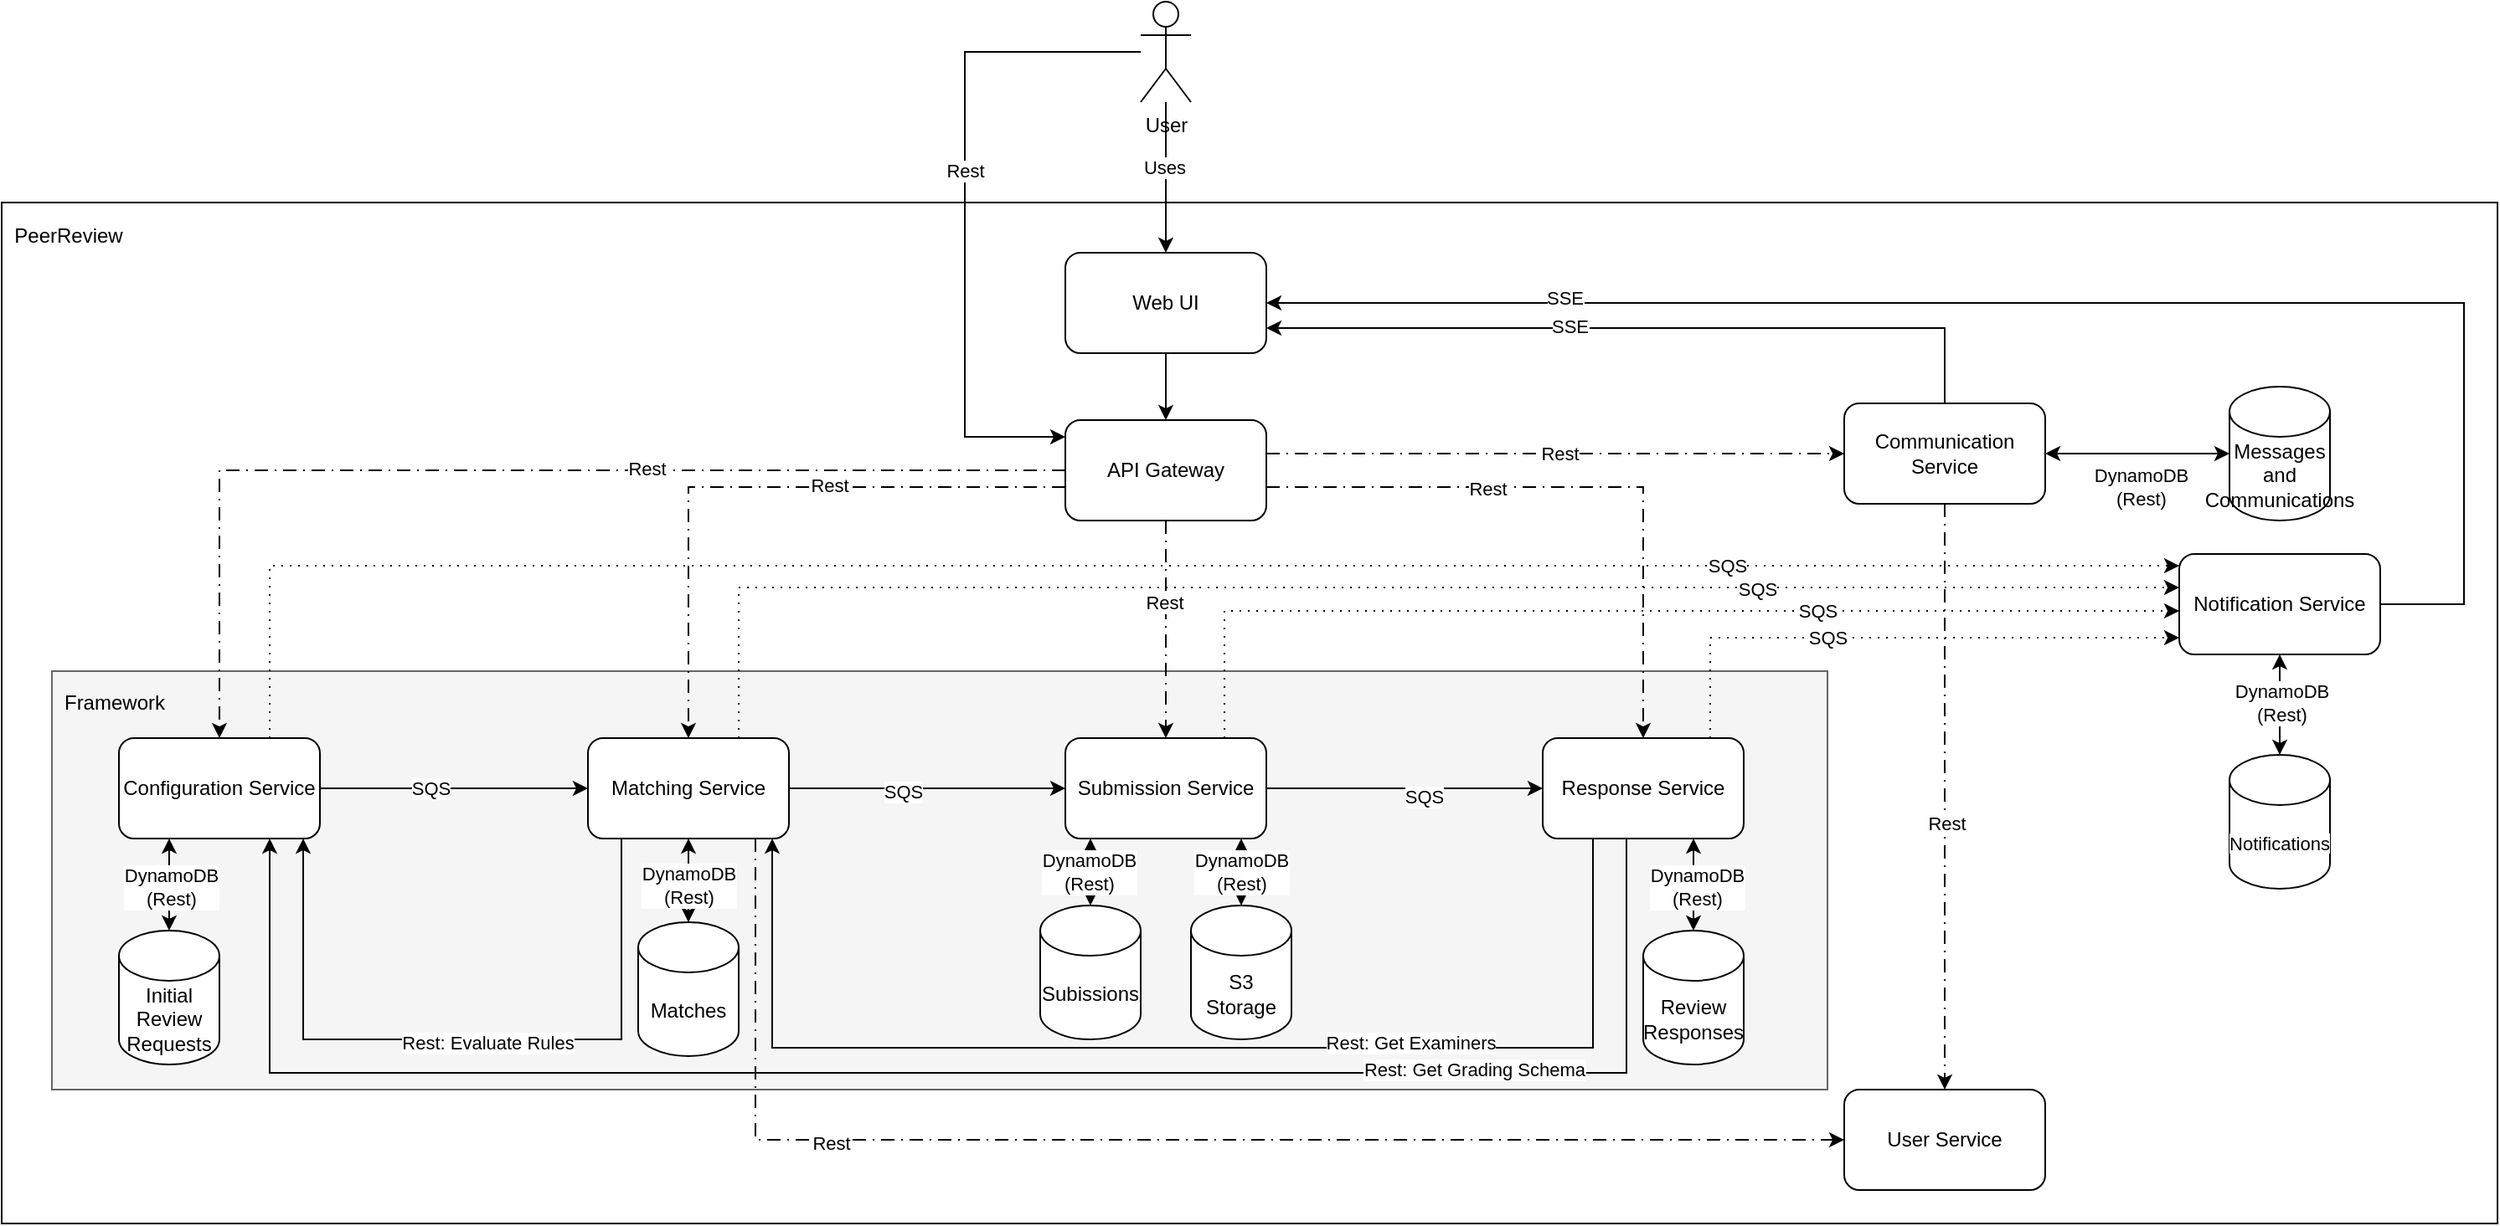
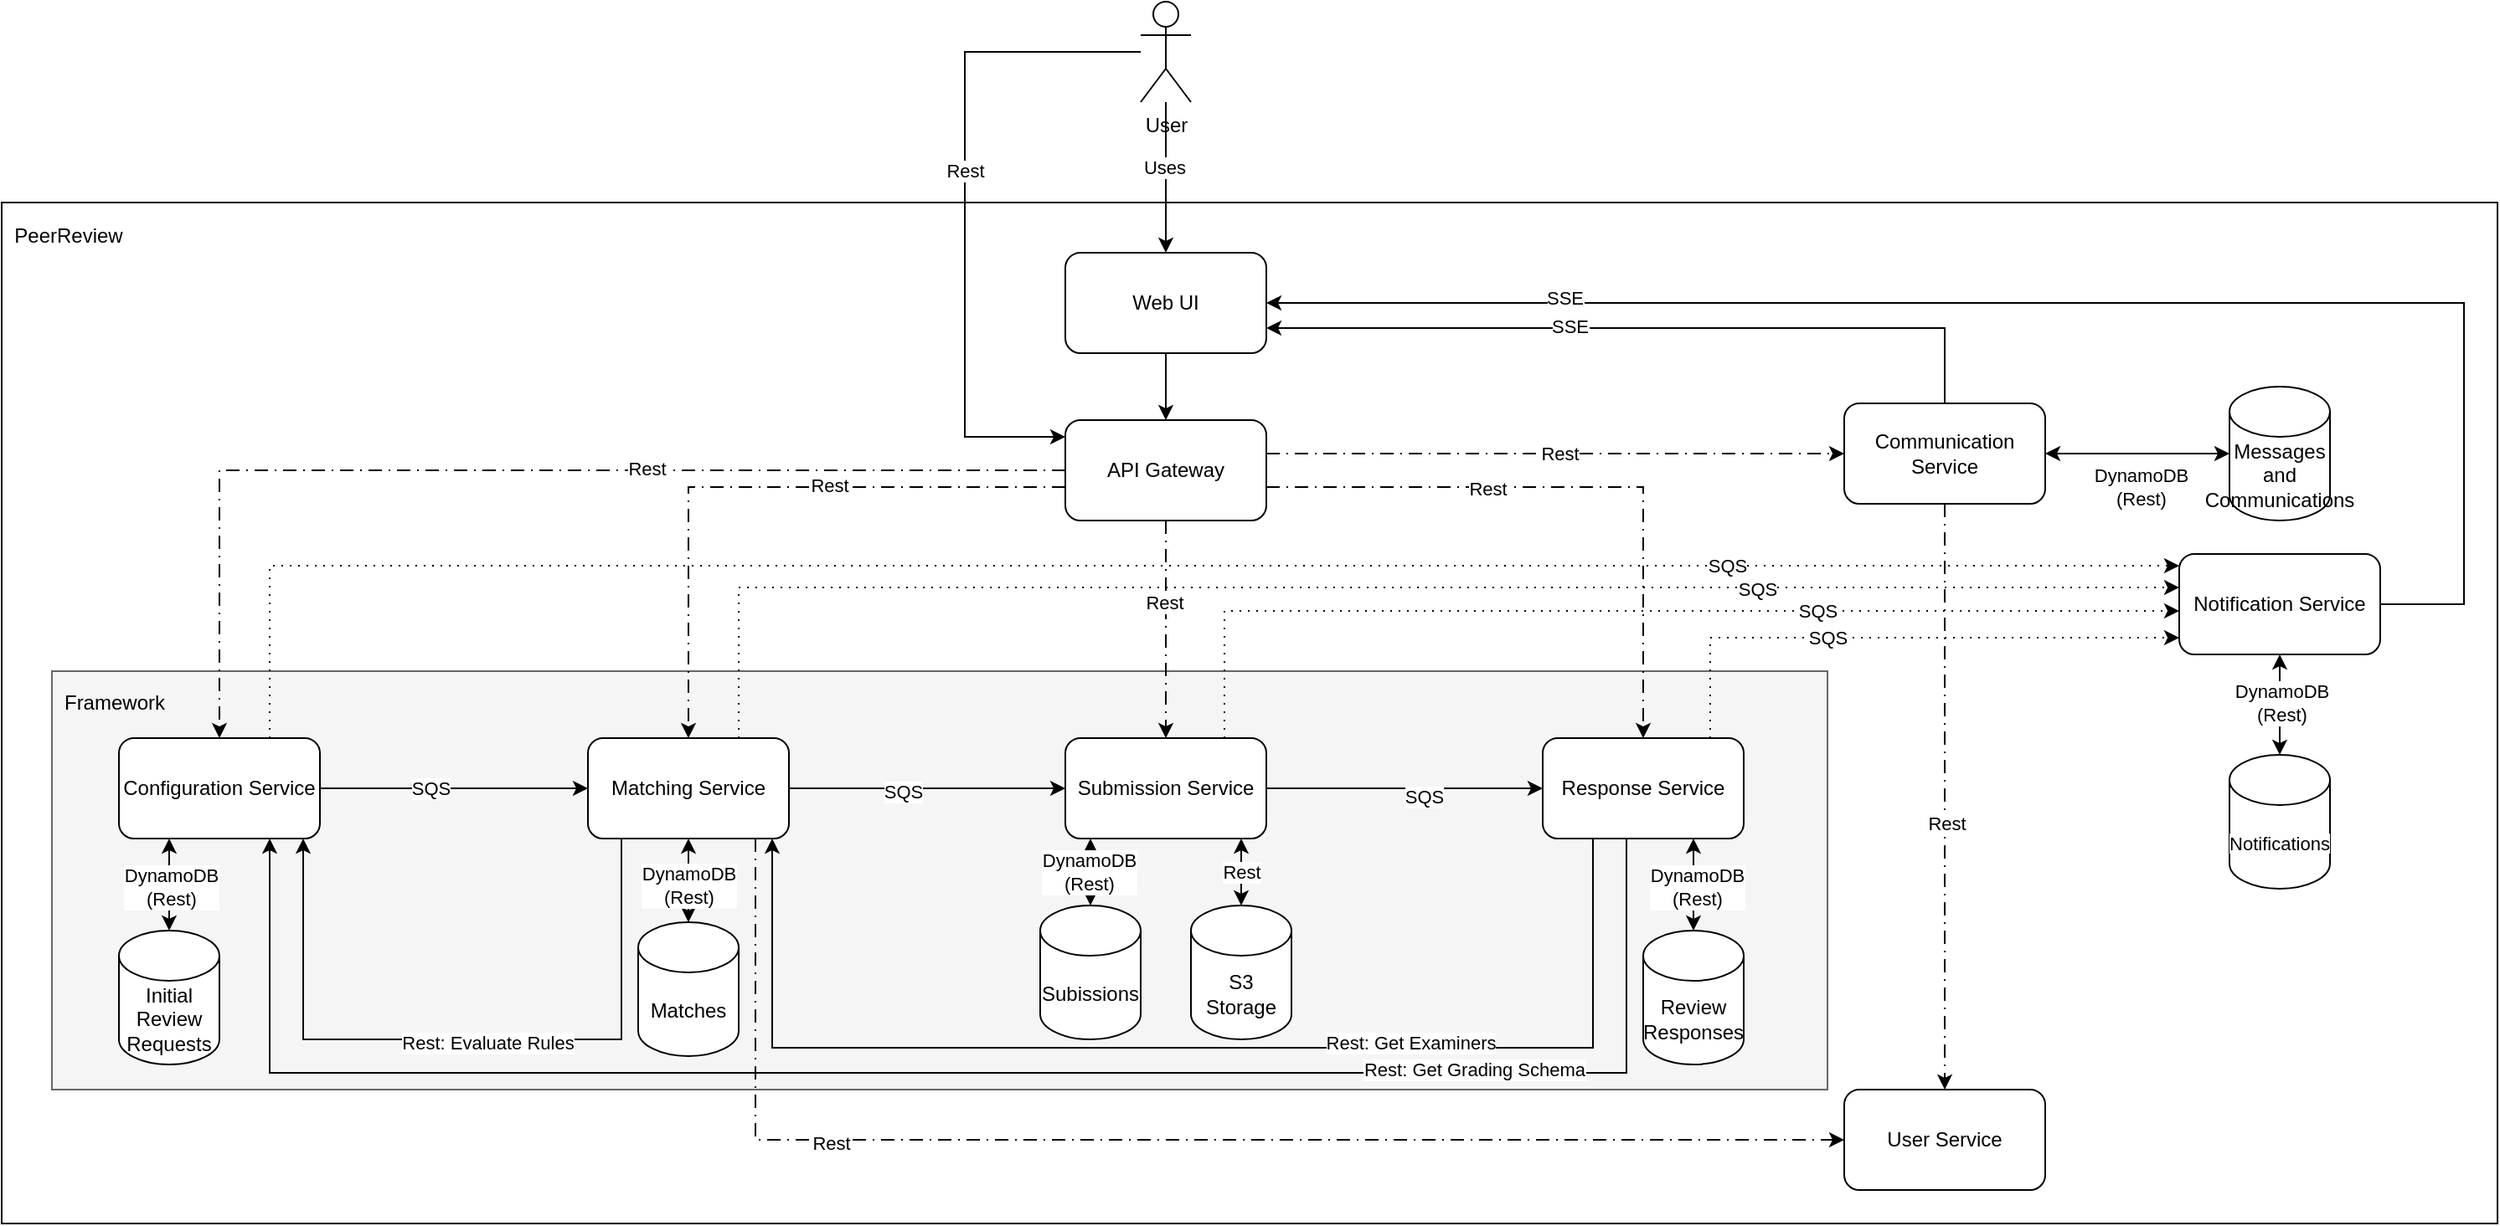
<mxfile host="Electron" agent="Mozilla/5.0 (X11; Linux x86_64) AppleWebKit/537.36 (KHTML, like Gecko) draw.io/28.2.5 Chrome/138.0.7204.251 Electron/37.6.1 Safari/537.36" pages="2">
  <diagram name="High Level" id="ID3RAyzOV6fLb8l5Ptma">
-     <mxGraphModel dx="2168" dy="2138" grid="1" gridSize="10" guides="1" tooltips="1" connect="1" arrows="1" fold="1" page="1" pageScale="1" pageWidth="827" pageHeight="1169" math="0" shadow="0">
+     <mxGraphModel dx="1967" dy="1993" grid="1" gridSize="10" guides="1" tooltips="1" connect="1" arrows="1" fold="1" page="1" pageScale="1" pageWidth="827" pageHeight="1169" math="0" shadow="0">
      <root>
        <mxCell id="0" />
        <mxCell id="1" parent="0" />
        <mxCell id="NVj9iPbqjQfBS6VMhpZ8-39" parent="1" style="rounded=0;whiteSpace=wrap;html=1;strokeColor=default;" value="" vertex="1">
          <mxGeometry height="610" width="1490" x="-40" y="110" as="geometry" />
        </mxCell>
        <mxCell id="slFzvp3YNuIOqwgEVRnD-15" parent="1" style="rounded=0;whiteSpace=wrap;html=1;fillColor=#f5f5f5;fontColor=#333333;strokeColor=#666666;" value="" vertex="1">
          <mxGeometry height="250" width="1060" x="-10" y="390" as="geometry" />
        </mxCell>
        <mxCell id="NVj9iPbqjQfBS6VMhpZ8-58" edge="1" parent="1" source="ausk1SaVNXoRTjEbY8qj-3" style="edgeStyle=orthogonalEdgeStyle;rounded=0;orthogonalLoop=1;jettySize=auto;html=1;dashed=1;dashPattern=8 4 1 4;" target="NVj9iPbqjQfBS6VMhpZ8-6">
          <mxGeometry relative="1" as="geometry">
            <Array as="points">
              <mxPoint x="990" y="260" />
              <mxPoint x="990" y="260" />
            </Array>
          </mxGeometry>
        </mxCell>
        <mxCell id="NVj9iPbqjQfBS6VMhpZ8-59" connectable="0" parent="NVj9iPbqjQfBS6VMhpZ8-58" style="edgeLabel;html=1;align=center;verticalAlign=middle;resizable=0;points=[];" value="Rest" vertex="1">
          <mxGeometry relative="1" x="0.0141" as="geometry">
            <mxPoint as="offset" />
          </mxGeometry>
        </mxCell>
        <mxCell id="ausk1SaVNXoRTjEbY8qj-4" edge="1" parent="1" source="NVj9iPbqjQfBS6VMhpZ8-1" style="edgeStyle=orthogonalEdgeStyle;rounded=0;orthogonalLoop=1;jettySize=auto;html=1;" target="ausk1SaVNXoRTjEbY8qj-3">
          <mxGeometry relative="1" as="geometry">
            <Array as="points">
              <mxPoint x="655" y="250" />
              <mxPoint x="655" y="250" />
            </Array>
          </mxGeometry>
        </mxCell>
        <mxCell id="NVj9iPbqjQfBS6VMhpZ8-1" parent="1" style="rounded=1;whiteSpace=wrap;html=1;" value="Web UI" vertex="1">
          <mxGeometry height="60" width="120" x="595" y="140" as="geometry" />
        </mxCell>
        <mxCell id="NVj9iPbqjQfBS6VMhpZ8-61" edge="1" parent="1" source="NVj9iPbqjQfBS6VMhpZ8-4" style="edgeStyle=orthogonalEdgeStyle;rounded=0;orthogonalLoop=1;jettySize=auto;html=1;dashed=1;dashPattern=1 4;" target="NVj9iPbqjQfBS6VMhpZ8-12">
          <mxGeometry relative="1" as="geometry">
            <Array as="points">
              <mxPoint x="690" y="354" />
            </Array>
          </mxGeometry>
        </mxCell>
        <mxCell id="NVj9iPbqjQfBS6VMhpZ8-62" connectable="0" parent="NVj9iPbqjQfBS6VMhpZ8-61" style="edgeLabel;html=1;align=center;verticalAlign=middle;resizable=0;points=[];" value="SQS" vertex="1">
          <mxGeometry relative="1" x="-0.1511" y="1" as="geometry">
            <mxPoint x="156" y="1" as="offset" />
          </mxGeometry>
        </mxCell>
        <mxCell id="Owhqu0WwL8E9OPZJocHN-1" edge="1" parent="1" source="NVj9iPbqjQfBS6VMhpZ8-4" style="edgeStyle=orthogonalEdgeStyle;rounded=0;orthogonalLoop=1;jettySize=auto;html=1;" target="NVj9iPbqjQfBS6VMhpZ8-13">
          <mxGeometry relative="1" as="geometry" />
        </mxCell>
        <mxCell id="Owhqu0WwL8E9OPZJocHN-2" connectable="0" parent="Owhqu0WwL8E9OPZJocHN-1" style="edgeLabel;html=1;align=center;verticalAlign=middle;resizable=0;points=[];" value="SQS" vertex="1">
          <mxGeometry relative="1" x="0.1487" y="-5" as="geometry">
            <mxPoint x="-1" as="offset" />
          </mxGeometry>
        </mxCell>
        <mxCell id="oAghlbfqgMI8xfLaUeke-15" edge="1" parent="1" source="NVj9iPbqjQfBS6VMhpZ8-4" style="edgeStyle=orthogonalEdgeStyle;rounded=0;orthogonalLoop=1;jettySize=auto;html=1;startArrow=classic;startFill=1;" target="oAghlbfqgMI8xfLaUeke-14">
          <mxGeometry relative="1" as="geometry">
            <Array as="points">
              <mxPoint x="610" y="500" />
              <mxPoint x="610" y="500" />
            </Array>
          </mxGeometry>
        </mxCell>
        <mxCell id="oAghlbfqgMI8xfLaUeke-29" connectable="0" parent="oAghlbfqgMI8xfLaUeke-15" style="edgeLabel;html=1;align=center;verticalAlign=middle;resizable=0;points=[];" value="DynamoDB&lt;br&gt;(Rest)" vertex="1">
          <mxGeometry relative="1" x="-0.0024" y="-1" as="geometry">
            <mxPoint as="offset" />
          </mxGeometry>
        </mxCell>
        <mxCell id="oAghlbfqgMI8xfLaUeke-18" edge="1" parent="1" source="NVj9iPbqjQfBS6VMhpZ8-4" style="edgeStyle=orthogonalEdgeStyle;rounded=0;orthogonalLoop=1;jettySize=auto;html=1;startArrow=classic;startFill=1;" target="oAghlbfqgMI8xfLaUeke-17">
          <mxGeometry relative="1" as="geometry">
            <Array as="points">
              <mxPoint x="700" y="510" />
              <mxPoint x="700" y="510" />
            </Array>
          </mxGeometry>
        </mxCell>
-         <mxCell id="oAghlbfqgMI8xfLaUeke-30" connectable="0" parent="oAghlbfqgMI8xfLaUeke-18" style="edgeLabel;html=1;align=center;verticalAlign=middle;resizable=0;points=[];" value="DynamoDB&lt;br&gt;(Rest)" vertex="1">
+         <mxCell id="oAghlbfqgMI8xfLaUeke-30" connectable="0" parent="oAghlbfqgMI8xfLaUeke-18" style="edgeLabel;html=1;align=center;verticalAlign=middle;resizable=0;points=[];" value="Rest" vertex="1">
          <mxGeometry relative="1" x="-0.0024" as="geometry">
            <mxPoint as="offset" />
          </mxGeometry>
        </mxCell>
        <mxCell id="NVj9iPbqjQfBS6VMhpZ8-4" parent="1" style="rounded=1;whiteSpace=wrap;html=1;" value="Submission Service" vertex="1">
          <mxGeometry height="60" width="120" x="595" y="430" as="geometry" />
        </mxCell>
        <mxCell id="NVj9iPbqjQfBS6VMhpZ8-27" edge="1" parent="1" source="NVj9iPbqjQfBS6VMhpZ8-6" style="edgeStyle=orthogonalEdgeStyle;rounded=0;orthogonalLoop=1;jettySize=auto;html=1;startArrow=classic;startFill=1;" target="NVj9iPbqjQfBS6VMhpZ8-26">
          <mxGeometry relative="1" as="geometry" />
        </mxCell>
        <mxCell id="NVj9iPbqjQfBS6VMhpZ8-34" connectable="0" parent="NVj9iPbqjQfBS6VMhpZ8-27" style="edgeLabel;html=1;align=center;verticalAlign=middle;resizable=0;points=[];" value="DynamoDB&lt;br&gt;(Rest)" vertex="1">
          <mxGeometry relative="1" x="-0.2444" y="-3" as="geometry">
            <mxPoint x="15" y="17" as="offset" />
          </mxGeometry>
        </mxCell>
        <mxCell id="cuKvIMZ_K0Dogn1DT0qO-4" edge="1" parent="1" source="NVj9iPbqjQfBS6VMhpZ8-6" style="edgeStyle=orthogonalEdgeStyle;rounded=0;orthogonalLoop=1;jettySize=auto;html=1;dashed=1;dashPattern=8 4 1 4;" target="cuKvIMZ_K0Dogn1DT0qO-1">
          <mxGeometry relative="1" as="geometry">
            <Array as="points">
              <mxPoint x="1120" y="690" />
            </Array>
          </mxGeometry>
        </mxCell>
        <mxCell id="oAghlbfqgMI8xfLaUeke-26" connectable="0" parent="cuKvIMZ_K0Dogn1DT0qO-4" style="edgeLabel;html=1;align=center;verticalAlign=middle;resizable=0;points=[];" value="Rest" vertex="1">
          <mxGeometry relative="1" x="0.0886" y="1" as="geometry">
            <mxPoint as="offset" />
          </mxGeometry>
        </mxCell>
        <mxCell id="oAghlbfqgMI8xfLaUeke-19" edge="1" parent="1" source="NVj9iPbqjQfBS6VMhpZ8-6" style="edgeStyle=orthogonalEdgeStyle;rounded=0;orthogonalLoop=1;jettySize=auto;html=1;entryX=1;entryY=0.75;entryDx=0;entryDy=0;" target="NVj9iPbqjQfBS6VMhpZ8-1">
          <mxGeometry relative="1" as="geometry">
            <Array as="points">
              <mxPoint x="1120" y="185" />
            </Array>
          </mxGeometry>
        </mxCell>
        <mxCell id="oAghlbfqgMI8xfLaUeke-20" connectable="0" parent="oAghlbfqgMI8xfLaUeke-19" style="edgeLabel;html=1;align=center;verticalAlign=middle;resizable=0;points=[];" value="SSE" vertex="1">
          <mxGeometry relative="1" x="0.1949" y="-1" as="geometry">
            <mxPoint as="offset" />
          </mxGeometry>
        </mxCell>
        <mxCell id="NVj9iPbqjQfBS6VMhpZ8-6" parent="1" style="rounded=1;whiteSpace=wrap;html=1;" value="Communication Service" vertex="1">
          <mxGeometry height="60" width="120" x="1060" y="230" as="geometry" />
        </mxCell>
        <mxCell id="NVj9iPbqjQfBS6VMhpZ8-43" edge="1" parent="1" source="NVj9iPbqjQfBS6VMhpZ8-12" style="edgeStyle=orthogonalEdgeStyle;rounded=0;orthogonalLoop=1;jettySize=auto;html=1;" target="NVj9iPbqjQfBS6VMhpZ8-1">
          <mxGeometry relative="1" as="geometry">
            <Array as="points">
              <mxPoint x="1430" y="350" />
              <mxPoint x="1430" y="170" />
            </Array>
          </mxGeometry>
        </mxCell>
        <mxCell id="oAghlbfqgMI8xfLaUeke-21" connectable="0" parent="NVj9iPbqjQfBS6VMhpZ8-43" style="edgeLabel;html=1;align=center;verticalAlign=middle;resizable=0;points=[];" value="SSE" vertex="1">
          <mxGeometry relative="1" x="0.6228" y="-3" as="geometry">
            <mxPoint as="offset" />
          </mxGeometry>
        </mxCell>
        <mxCell id="oAghlbfqgMI8xfLaUeke-23" edge="1" parent="1" source="NVj9iPbqjQfBS6VMhpZ8-12" style="edgeStyle=orthogonalEdgeStyle;rounded=0;orthogonalLoop=1;jettySize=auto;html=1;startArrow=classic;startFill=1;" target="oAghlbfqgMI8xfLaUeke-22">
          <mxGeometry relative="1" as="geometry" />
        </mxCell>
        <mxCell id="oAghlbfqgMI8xfLaUeke-25" connectable="0" parent="oAghlbfqgMI8xfLaUeke-23" style="edgeLabel;html=1;align=center;verticalAlign=middle;resizable=0;points=[];" value="DynamoDB&lt;br&gt;(Rest)" vertex="1">
          <mxGeometry relative="1" x="0.0584" as="geometry">
            <mxPoint x="1" y="-3" as="offset" />
          </mxGeometry>
        </mxCell>
        <mxCell id="NVj9iPbqjQfBS6VMhpZ8-12" parent="1" style="rounded=1;whiteSpace=wrap;html=1;" value="Notification Service" vertex="1">
          <mxGeometry height="60" width="120" x="1260" y="320" as="geometry" />
        </mxCell>
        <mxCell id="NVj9iPbqjQfBS6VMhpZ8-69" edge="1" parent="1" source="NVj9iPbqjQfBS6VMhpZ8-13" style="edgeStyle=orthogonalEdgeStyle;rounded=0;orthogonalLoop=1;jettySize=auto;html=1;dashed=1;dashPattern=1 4;" target="NVj9iPbqjQfBS6VMhpZ8-12">
          <mxGeometry relative="1" as="geometry">
            <Array as="points">
              <mxPoint x="980" y="370" />
            </Array>
          </mxGeometry>
        </mxCell>
        <mxCell id="NVj9iPbqjQfBS6VMhpZ8-70" connectable="0" parent="NVj9iPbqjQfBS6VMhpZ8-69" style="edgeLabel;html=1;align=center;verticalAlign=middle;resizable=0;points=[];" value="SQS" vertex="1">
          <mxGeometry relative="1" x="-0.2" y="-1" as="geometry">
            <mxPoint x="-6" y="-1" as="offset" />
          </mxGeometry>
        </mxCell>
        <mxCell id="Owhqu0WwL8E9OPZJocHN-3" edge="1" parent="1" source="NVj9iPbqjQfBS6VMhpZ8-13" style="edgeStyle=orthogonalEdgeStyle;rounded=0;orthogonalLoop=1;jettySize=auto;html=1;entryX=0.75;entryY=1;entryDx=0;entryDy=0;" target="slFzvp3YNuIOqwgEVRnD-1">
          <mxGeometry relative="1" as="geometry">
            <Array as="points">
              <mxPoint x="930" y="630" />
              <mxPoint x="120" y="630" />
            </Array>
          </mxGeometry>
        </mxCell>
        <mxCell id="Owhqu0WwL8E9OPZJocHN-4" connectable="0" parent="Owhqu0WwL8E9OPZJocHN-3" style="edgeLabel;html=1;align=center;verticalAlign=middle;resizable=0;points=[];" value="Rest: Get Grading Schema" vertex="1">
          <mxGeometry relative="1" x="-0.2274" as="geometry">
            <mxPoint x="190" y="-2" as="offset" />
          </mxGeometry>
        </mxCell>
        <mxCell id="Owhqu0WwL8E9OPZJocHN-5" edge="1" parent="1" source="NVj9iPbqjQfBS6VMhpZ8-13" style="edgeStyle=orthogonalEdgeStyle;rounded=0;orthogonalLoop=1;jettySize=auto;html=1;" target="slFzvp3YNuIOqwgEVRnD-6">
          <mxGeometry relative="1" as="geometry">
            <Array as="points">
              <mxPoint x="910" y="615" />
              <mxPoint x="420" y="615" />
            </Array>
          </mxGeometry>
        </mxCell>
        <mxCell id="Owhqu0WwL8E9OPZJocHN-6" connectable="0" parent="Owhqu0WwL8E9OPZJocHN-5" style="edgeLabel;html=1;align=center;verticalAlign=middle;resizable=0;points=[];" value="Rest: Get Examiners" vertex="1">
          <mxGeometry relative="1" x="-0.063" y="-3" as="geometry">
            <mxPoint x="112" as="offset" />
          </mxGeometry>
        </mxCell>
        <mxCell id="oAghlbfqgMI8xfLaUeke-27" edge="1" parent="1" source="NVj9iPbqjQfBS6VMhpZ8-13" style="edgeStyle=orthogonalEdgeStyle;rounded=0;orthogonalLoop=1;jettySize=auto;html=1;startArrow=classic;startFill=1;" target="oAghlbfqgMI8xfLaUeke-16">
          <mxGeometry relative="1" as="geometry">
            <Array as="points">
              <mxPoint x="970" y="510" />
              <mxPoint x="970" y="510" />
            </Array>
          </mxGeometry>
        </mxCell>
        <mxCell id="oAghlbfqgMI8xfLaUeke-28" connectable="0" parent="oAghlbfqgMI8xfLaUeke-27" style="edgeLabel;html=1;align=center;verticalAlign=middle;resizable=0;points=[];" value="DynamoDB&lt;br&gt;(Rest)" vertex="1">
          <mxGeometry relative="1" x="0.0303" y="2" as="geometry">
            <mxPoint as="offset" />
          </mxGeometry>
        </mxCell>
        <mxCell id="NVj9iPbqjQfBS6VMhpZ8-13" parent="1" style="rounded=1;whiteSpace=wrap;html=1;" value="Response Service" vertex="1">
          <mxGeometry height="60" width="120" x="880" y="430" as="geometry" />
        </mxCell>
        <mxCell id="NVj9iPbqjQfBS6VMhpZ8-26" parent="1" style="shape=cylinder3;whiteSpace=wrap;html=1;boundedLbl=1;backgroundOutline=1;size=15;" value="&lt;div&gt;Messages &lt;br&gt;and Communications&lt;/div&gt;" vertex="1">
          <mxGeometry height="80" width="60" x="1290" y="220" as="geometry" />
        </mxCell>
        <mxCell id="NVj9iPbqjQfBS6VMhpZ8-41" edge="1" parent="1" source="NVj9iPbqjQfBS6VMhpZ8-38" style="edgeStyle=orthogonalEdgeStyle;rounded=0;orthogonalLoop=1;jettySize=auto;html=1;entryX=0.5;entryY=0;entryDx=0;entryDy=0;" target="NVj9iPbqjQfBS6VMhpZ8-1">
          <mxGeometry relative="1" as="geometry" />
        </mxCell>
        <mxCell id="NVj9iPbqjQfBS6VMhpZ8-42" connectable="0" parent="NVj9iPbqjQfBS6VMhpZ8-41" style="edgeLabel;html=1;align=center;verticalAlign=middle;resizable=0;points=[];" value="Uses" vertex="1">
          <mxGeometry relative="1" x="-0.1348" y="-1" as="geometry">
            <mxPoint as="offset" />
          </mxGeometry>
        </mxCell>
        <mxCell id="FmUHRXMwn8OitpMJVP8s-4" edge="1" parent="1" source="NVj9iPbqjQfBS6VMhpZ8-38" style="edgeStyle=orthogonalEdgeStyle;rounded=0;orthogonalLoop=1;jettySize=auto;html=1;" target="ausk1SaVNXoRTjEbY8qj-3">
          <mxGeometry relative="1" as="geometry">
            <Array as="points">
              <mxPoint x="535" y="20" />
              <mxPoint x="535" y="250" />
            </Array>
          </mxGeometry>
        </mxCell>
        <mxCell id="FmUHRXMwn8OitpMJVP8s-5" connectable="0" parent="FmUHRXMwn8OitpMJVP8s-4" style="edgeLabel;html=1;align=center;verticalAlign=middle;resizable=0;points=[];" value="Rest" vertex="1">
          <mxGeometry relative="1" x="-0.1078" as="geometry">
            <mxPoint as="offset" />
          </mxGeometry>
        </mxCell>
        <mxCell id="NVj9iPbqjQfBS6VMhpZ8-38" parent="1" style="shape=umlActor;verticalLabelPosition=bottom;verticalAlign=top;html=1;outlineConnect=0;" value="User" vertex="1">
          <mxGeometry height="60" width="30" x="640" y="-10" as="geometry" />
        </mxCell>
        <mxCell id="NVj9iPbqjQfBS6VMhpZ8-45" parent="1" style="text;html=1;whiteSpace=wrap;strokeColor=none;fillColor=none;align=center;verticalAlign=middle;rounded=0;" value="PeerReview" vertex="1">
          <mxGeometry height="40" width="80" x="-40" y="110" as="geometry" />
        </mxCell>
        <mxCell id="ausk1SaVNXoRTjEbY8qj-5" edge="1" parent="1" source="ausk1SaVNXoRTjEbY8qj-3" style="edgeStyle=orthogonalEdgeStyle;rounded=0;orthogonalLoop=1;jettySize=auto;html=1;dashed=1;dashPattern=8 4 1 4;" target="NVj9iPbqjQfBS6VMhpZ8-4">
          <mxGeometry relative="1" as="geometry">
            <Array as="points">
              <mxPoint x="655" y="370" />
              <mxPoint x="655" y="370" />
            </Array>
          </mxGeometry>
        </mxCell>
        <mxCell id="FmUHRXMwn8OitpMJVP8s-1" connectable="0" parent="ausk1SaVNXoRTjEbY8qj-5" style="edgeLabel;html=1;align=center;verticalAlign=middle;resizable=0;points=[];" value="Rest" vertex="1">
          <mxGeometry relative="1" x="-0.2464" y="-1" as="geometry">
            <mxPoint as="offset" />
          </mxGeometry>
        </mxCell>
        <mxCell id="ausk1SaVNXoRTjEbY8qj-7" edge="1" parent="1" source="ausk1SaVNXoRTjEbY8qj-3" style="edgeStyle=orthogonalEdgeStyle;rounded=0;orthogonalLoop=1;jettySize=auto;html=1;dashed=1;dashPattern=8 4 1 4;" target="NVj9iPbqjQfBS6VMhpZ8-13">
          <mxGeometry relative="1" as="geometry">
            <Array as="points">
              <mxPoint x="940" y="280" />
            </Array>
          </mxGeometry>
        </mxCell>
        <mxCell id="FmUHRXMwn8OitpMJVP8s-3" connectable="0" parent="ausk1SaVNXoRTjEbY8qj-7" style="edgeLabel;html=1;align=center;verticalAlign=middle;resizable=0;points=[];" value="Rest" vertex="1">
          <mxGeometry relative="1" x="-0.2977" y="-1" as="geometry">
            <mxPoint as="offset" />
          </mxGeometry>
        </mxCell>
        <mxCell id="ausk1SaVNXoRTjEbY8qj-3" parent="1" style="rounded=1;whiteSpace=wrap;html=1;" value="API Gateway" vertex="1">
          <mxGeometry height="60" width="120" x="595" y="240" as="geometry" />
        </mxCell>
        <mxCell id="slFzvp3YNuIOqwgEVRnD-4" edge="1" parent="1" source="slFzvp3YNuIOqwgEVRnD-6" style="edgeStyle=orthogonalEdgeStyle;rounded=0;orthogonalLoop=1;jettySize=auto;html=1;" target="NVj9iPbqjQfBS6VMhpZ8-4">
          <mxGeometry relative="1" as="geometry" />
        </mxCell>
        <mxCell id="slFzvp3YNuIOqwgEVRnD-11" connectable="0" parent="slFzvp3YNuIOqwgEVRnD-4" style="edgeLabel;html=1;align=center;verticalAlign=middle;resizable=0;points=[];" value="SQS" vertex="1">
          <mxGeometry relative="1" x="-0.1836" y="-2" as="geometry">
            <mxPoint as="offset" />
          </mxGeometry>
        </mxCell>
        <mxCell id="oAghlbfqgMI8xfLaUeke-3" edge="1" parent="1" source="slFzvp3YNuIOqwgEVRnD-1" style="edgeStyle=orthogonalEdgeStyle;rounded=0;orthogonalLoop=1;jettySize=auto;html=1;startArrow=classic;startFill=1;" target="oAghlbfqgMI8xfLaUeke-2">
          <mxGeometry relative="1" as="geometry">
            <Array as="points">
              <mxPoint x="60" y="500" />
              <mxPoint x="60" y="500" />
            </Array>
          </mxGeometry>
        </mxCell>
        <mxCell id="oAghlbfqgMI8xfLaUeke-4" connectable="0" parent="oAghlbfqgMI8xfLaUeke-3" style="edgeLabel;html=1;align=center;verticalAlign=middle;resizable=0;points=[];" value="DynamoDB&lt;br&gt;(Rest)" vertex="1">
          <mxGeometry relative="1" x="0.042" y="1" as="geometry">
            <mxPoint as="offset" />
          </mxGeometry>
        </mxCell>
        <mxCell id="oAghlbfqgMI8xfLaUeke-7" edge="1" parent="1" source="slFzvp3YNuIOqwgEVRnD-1" style="edgeStyle=orthogonalEdgeStyle;rounded=0;orthogonalLoop=1;jettySize=auto;html=1;dashed=1;dashPattern=1 4;" target="NVj9iPbqjQfBS6VMhpZ8-12">
          <mxGeometry relative="1" as="geometry">
            <Array as="points">
              <mxPoint x="120" y="327" />
            </Array>
          </mxGeometry>
        </mxCell>
        <mxCell id="oAghlbfqgMI8xfLaUeke-8" connectable="0" parent="oAghlbfqgMI8xfLaUeke-7" style="edgeLabel;html=1;align=center;verticalAlign=middle;resizable=0;points=[];" value="SQS" vertex="1">
          <mxGeometry relative="1" x="0.5648" as="geometry">
            <mxPoint as="offset" />
          </mxGeometry>
        </mxCell>
        <mxCell id="slFzvp3YNuIOqwgEVRnD-1" parent="1" style="rounded=1;whiteSpace=wrap;html=1;" value="Configuration Service" vertex="1">
          <mxGeometry height="60" width="120" x="30" y="430" as="geometry" />
        </mxCell>
        <mxCell id="slFzvp3YNuIOqwgEVRnD-2" edge="1" parent="1" source="ausk1SaVNXoRTjEbY8qj-3" style="edgeStyle=orthogonalEdgeStyle;rounded=0;orthogonalLoop=1;jettySize=auto;html=1;dashed=1;dashPattern=8 4 1 4;" target="slFzvp3YNuIOqwgEVRnD-1">
          <mxGeometry relative="1" as="geometry">
            <Array as="points">
              <mxPoint x="90" y="270" />
            </Array>
            <mxPoint x="580" y="290" as="sourcePoint" />
            <mxPoint x="440" y="390" as="targetPoint" />
          </mxGeometry>
        </mxCell>
        <mxCell id="slFzvp3YNuIOqwgEVRnD-3" connectable="0" parent="slFzvp3YNuIOqwgEVRnD-2" style="edgeLabel;html=1;align=center;verticalAlign=middle;resizable=0;points=[];" value="Rest" vertex="1">
          <mxGeometry relative="1" x="-0.2464" y="-1" as="geometry">
            <mxPoint as="offset" />
          </mxGeometry>
        </mxCell>
        <mxCell id="slFzvp3YNuIOqwgEVRnD-7" edge="1" parent="1" source="slFzvp3YNuIOqwgEVRnD-1" style="edgeStyle=orthogonalEdgeStyle;rounded=0;orthogonalLoop=1;jettySize=auto;html=1;" target="slFzvp3YNuIOqwgEVRnD-6" value="">
          <mxGeometry relative="1" as="geometry">
            <mxPoint x="150" y="460" as="sourcePoint" />
            <mxPoint x="340" y="460" as="targetPoint" />
          </mxGeometry>
        </mxCell>
        <mxCell id="slFzvp3YNuIOqwgEVRnD-8" connectable="0" parent="slFzvp3YNuIOqwgEVRnD-7" style="edgeLabel;html=1;align=center;verticalAlign=middle;resizable=0;points=[];" value="SQS" vertex="1">
          <mxGeometry relative="1" x="-0.183" as="geometry">
            <mxPoint as="offset" />
          </mxGeometry>
        </mxCell>
        <mxCell id="cuKvIMZ_K0Dogn1DT0qO-2" edge="1" parent="1" source="slFzvp3YNuIOqwgEVRnD-6" style="edgeStyle=orthogonalEdgeStyle;rounded=0;orthogonalLoop=1;jettySize=auto;html=1;dashed=1;dashPattern=8 4 1 4;" target="cuKvIMZ_K0Dogn1DT0qO-1">
          <mxGeometry relative="1" as="geometry">
            <Array as="points">
              <mxPoint x="410" y="670" />
            </Array>
          </mxGeometry>
        </mxCell>
        <mxCell id="oAghlbfqgMI8xfLaUeke-1" connectable="0" parent="cuKvIMZ_K0Dogn1DT0qO-2" style="edgeLabel;html=1;align=center;verticalAlign=middle;resizable=0;points=[];" value="Rest" vertex="1">
          <mxGeometry relative="1" x="-0.4577" y="-2" as="geometry">
            <mxPoint as="offset" />
          </mxGeometry>
        </mxCell>
        <mxCell id="Owhqu0WwL8E9OPZJocHN-7" edge="1" parent="1" source="slFzvp3YNuIOqwgEVRnD-6" style="edgeStyle=orthogonalEdgeStyle;rounded=0;orthogonalLoop=1;jettySize=auto;html=1;" target="slFzvp3YNuIOqwgEVRnD-1">
          <mxGeometry relative="1" as="geometry">
            <Array as="points">
              <mxPoint x="330" y="610" />
              <mxPoint x="140" y="610" />
            </Array>
          </mxGeometry>
        </mxCell>
        <mxCell id="Owhqu0WwL8E9OPZJocHN-8" connectable="0" parent="Owhqu0WwL8E9OPZJocHN-7" style="edgeLabel;html=1;align=center;verticalAlign=middle;resizable=0;points=[];" value="Rest: Evaluate Rules" vertex="1">
          <mxGeometry relative="1" x="-0.3399" y="2" as="geometry">
            <mxPoint x="-58" as="offset" />
          </mxGeometry>
        </mxCell>
        <mxCell id="oAghlbfqgMI8xfLaUeke-5" edge="1" parent="1" source="slFzvp3YNuIOqwgEVRnD-6" style="edgeStyle=orthogonalEdgeStyle;rounded=0;orthogonalLoop=1;jettySize=auto;html=1;dashed=1;dashPattern=1 4;" target="NVj9iPbqjQfBS6VMhpZ8-12">
          <mxGeometry relative="1" as="geometry">
            <Array as="points">
              <mxPoint x="400" y="340" />
            </Array>
          </mxGeometry>
        </mxCell>
        <mxCell id="oAghlbfqgMI8xfLaUeke-6" connectable="0" parent="oAghlbfqgMI8xfLaUeke-5" style="edgeLabel;html=1;align=center;verticalAlign=middle;resizable=0;points=[];" value="SQS" vertex="1">
          <mxGeometry relative="1" x="0.5459" y="-1" as="geometry">
            <mxPoint x="-37" as="offset" />
          </mxGeometry>
        </mxCell>
        <mxCell id="oAghlbfqgMI8xfLaUeke-12" edge="1" parent="1" source="slFzvp3YNuIOqwgEVRnD-6" style="edgeStyle=orthogonalEdgeStyle;rounded=0;orthogonalLoop=1;jettySize=auto;html=1;startArrow=classic;startFill=1;" target="oAghlbfqgMI8xfLaUeke-11">
          <mxGeometry relative="1" as="geometry" />
        </mxCell>
        <mxCell id="oAghlbfqgMI8xfLaUeke-13" connectable="0" parent="oAghlbfqgMI8xfLaUeke-12" style="edgeLabel;html=1;align=center;verticalAlign=middle;resizable=0;points=[];" value="DynamoDB&lt;br&gt;(Rest)" vertex="1">
          <mxGeometry relative="1" x="0.0933" as="geometry">
            <mxPoint as="offset" />
          </mxGeometry>
        </mxCell>
        <mxCell id="slFzvp3YNuIOqwgEVRnD-6" parent="1" style="rounded=1;whiteSpace=wrap;html=1;" value="Matching Service" vertex="1">
          <mxGeometry height="60" width="120" x="310" y="430" as="geometry" />
        </mxCell>
        <mxCell id="slFzvp3YNuIOqwgEVRnD-9" edge="1" parent="1" source="ausk1SaVNXoRTjEbY8qj-3" style="edgeStyle=orthogonalEdgeStyle;rounded=0;orthogonalLoop=1;jettySize=auto;html=1;dashed=1;dashPattern=8 4 1 4;" target="slFzvp3YNuIOqwgEVRnD-6">
          <mxGeometry relative="1" as="geometry">
            <Array as="points">
              <mxPoint x="370" y="280" />
            </Array>
            <mxPoint x="340" y="280" as="sourcePoint" />
            <mxPoint x="300" y="420" as="targetPoint" />
          </mxGeometry>
        </mxCell>
        <mxCell id="slFzvp3YNuIOqwgEVRnD-10" connectable="0" parent="slFzvp3YNuIOqwgEVRnD-9" style="edgeLabel;html=1;align=center;verticalAlign=middle;resizable=0;points=[];" value="Rest" vertex="1">
          <mxGeometry relative="1" x="-0.2464" y="-1" as="geometry">
            <mxPoint as="offset" />
          </mxGeometry>
        </mxCell>
        <mxCell id="slFzvp3YNuIOqwgEVRnD-16" parent="1" style="text;html=1;whiteSpace=wrap;strokeColor=none;fillColor=none;align=center;verticalAlign=middle;rounded=0;" value="Framework" vertex="1">
          <mxGeometry height="30" width="65" x="-5" y="394" as="geometry" />
        </mxCell>
        <mxCell id="cuKvIMZ_K0Dogn1DT0qO-1" parent="1" style="rounded=1;whiteSpace=wrap;html=1;" value="User Service" vertex="1">
          <mxGeometry height="60" width="120" x="1060" y="640" as="geometry" />
        </mxCell>
        <mxCell id="oAghlbfqgMI8xfLaUeke-2" parent="1" style="shape=cylinder3;whiteSpace=wrap;html=1;boundedLbl=1;backgroundOutline=1;size=15;" value="Initial Review Requests" vertex="1">
          <mxGeometry height="80" width="60" x="30" y="545" as="geometry" />
        </mxCell>
        <mxCell id="oAghlbfqgMI8xfLaUeke-11" parent="1" style="shape=cylinder3;whiteSpace=wrap;html=1;boundedLbl=1;backgroundOutline=1;size=15;" value="Matches" vertex="1">
          <mxGeometry height="80" width="60" x="340" y="540" as="geometry" />
        </mxCell>
        <mxCell id="oAghlbfqgMI8xfLaUeke-14" parent="1" style="shape=cylinder3;whiteSpace=wrap;html=1;boundedLbl=1;backgroundOutline=1;size=15;" value="Subissions" vertex="1">
          <mxGeometry height="80" width="60" x="580" y="530" as="geometry" />
        </mxCell>
        <mxCell id="oAghlbfqgMI8xfLaUeke-16" parent="1" style="shape=cylinder3;whiteSpace=wrap;html=1;boundedLbl=1;backgroundOutline=1;size=15;" value="Review&lt;br&gt;Responses" vertex="1">
          <mxGeometry height="80" width="60" x="940" y="545" as="geometry" />
        </mxCell>
        <mxCell id="oAghlbfqgMI8xfLaUeke-17" parent="1" style="shape=cylinder3;whiteSpace=wrap;html=1;boundedLbl=1;backgroundOutline=1;size=15;" value="S3 Storage" vertex="1">
          <mxGeometry height="80" width="60" x="670" y="530" as="geometry" />
        </mxCell>
        <mxCell id="oAghlbfqgMI8xfLaUeke-22" parent="1" style="shape=cylinder3;whiteSpace=wrap;html=1;boundedLbl=1;backgroundOutline=1;size=15;" value="&lt;span style=&quot;font-size: 11px; white-space: nowrap; background-color: rgb(255, 255, 255);&quot;&gt;Notifications&lt;/span&gt;" vertex="1">
          <mxGeometry height="80" width="60" x="1290" y="440" as="geometry" />
        </mxCell>
      </root>
    </mxGraphModel>
  </diagram>
  <diagram id="5QttxB4BTeYqXKBh0CZs" name="AWS">
    <mxGraphModel dx="1425" dy="2199" grid="1" gridSize="10" guides="1" tooltips="1" connect="1" arrows="1" fold="1" page="1" pageScale="1" pageWidth="827" pageHeight="1169" math="0" shadow="0">
      <root>
        <mxCell id="0" />
        <mxCell id="1" parent="0" />
        <mxCell id="StVWuoEk6P6bkURyirUW-1" parent="1" style="points=[[0,0],[0.25,0],[0.5,0],[0.75,0],[1,0],[1,0.25],[1,0.5],[1,0.75],[1,1],[0.75,1],[0.5,1],[0.25,1],[0,1],[0,0.75],[0,0.5],[0,0.25]];outlineConnect=0;gradientColor=none;html=1;whiteSpace=wrap;fontSize=12;fontStyle=0;container=1;pointerEvents=0;collapsible=0;recursiveResize=0;shape=mxgraph.aws4.group;grIcon=mxgraph.aws4.group_account;strokeColor=#CD2264;fillColor=none;verticalAlign=top;align=left;spacingLeft=30;fontColor=#CD2264;dashed=0;" value="AWS Account" vertex="1">
          <mxGeometry height="870" width="950" x="10" y="-210" as="geometry" />
        </mxCell>
        <mxCell id="StVWuoEk6P6bkURyirUW-2" parent="StVWuoEk6P6bkURyirUW-1" style="points=[[0,0],[0.25,0],[0.5,0],[0.75,0],[1,0],[1,0.25],[1,0.5],[1,0.75],[1,1],[0.75,1],[0.5,1],[0.25,1],[0,1],[0,0.75],[0,0.5],[0,0.25]];outlineConnect=0;gradientColor=none;html=1;whiteSpace=wrap;fontSize=12;fontStyle=0;container=1;pointerEvents=0;collapsible=0;recursiveResize=0;shape=mxgraph.aws4.group;grIcon=mxgraph.aws4.group_vpc2;strokeColor=#8C4FFF;fillColor=none;verticalAlign=top;align=left;spacingLeft=30;fontColor=#AAB7B8;dashed=0;" value="VPC" vertex="1">
          <mxGeometry height="410" width="910" x="20" y="290" as="geometry" />
        </mxCell>
        <mxCell id="StVWuoEk6P6bkURyirUW-3" parent="StVWuoEk6P6bkURyirUW-2" style="sketch=0;outlineConnect=0;gradientColor=none;html=1;whiteSpace=wrap;fontSize=12;fontStyle=0;shape=mxgraph.aws4.group;grIcon=mxgraph.aws4.group_subnet;strokeColor=#879196;fillColor=none;verticalAlign=top;align=left;spacingLeft=30;fontColor=#879196;dashed=0;" value="Private IPV6" vertex="1">
          <mxGeometry height="350" width="405" x="495" y="50" as="geometry" />
        </mxCell>
        <mxCell id="StVWuoEk6P6bkURyirUW-4" parent="StVWuoEk6P6bkURyirUW-2" style="sketch=0;outlineConnect=0;gradientColor=none;html=1;whiteSpace=wrap;fontSize=12;fontStyle=0;shape=mxgraph.aws4.group;grIcon=mxgraph.aws4.group_subnet;strokeColor=#879196;fillColor=none;verticalAlign=top;align=left;spacingLeft=30;fontColor=#879196;dashed=0;" value="Public IPv4" vertex="1">
          <mxGeometry height="130" width="130" x="35.32" y="50" as="geometry" />
        </mxCell>
        <mxCell id="StVWuoEk6P6bkURyirUW-5" parent="StVWuoEk6P6bkURyirUW-2" style="rounded=0;whiteSpace=wrap;html=1;fillColor=#f8cecc;strokeColor=#b85450;rotation=-30;" value="&lt;b&gt;&lt;font style=&quot;font-size: 15px;&quot;&gt;NOT IN USE&lt;/font&gt;&lt;/b&gt;" vertex="1">
          <mxGeometry height="20" width="160.64" x="20.000000000000007" y="105" as="geometry" />
        </mxCell>
        <mxCell id="StVWuoEk6P6bkURyirUW-6" parent="StVWuoEk6P6bkURyirUW-2" style="sketch=0;outlineConnect=0;gradientColor=none;html=1;whiteSpace=wrap;fontSize=12;fontStyle=0;shape=mxgraph.aws4.group;grIcon=mxgraph.aws4.group_subnet;strokeColor=#879196;fillColor=none;verticalAlign=top;align=left;spacingLeft=30;fontColor=#879196;dashed=0;" value="Private DualStack" vertex="1">
          <mxGeometry height="330" width="240" x="195" y="50" as="geometry" />
        </mxCell>
        <mxCell id="StVWuoEk6P6bkURyirUW-60" edge="1" parent="StVWuoEk6P6bkURyirUW-2" source="StVWuoEk6P6bkURyirUW-7" style="edgeStyle=orthogonalEdgeStyle;rounded=0;orthogonalLoop=1;jettySize=auto;html=1;" target="StVWuoEk6P6bkURyirUW-54">
          <mxGeometry relative="1" as="geometry">
            <Array as="points">
              <mxPoint x="465" y="200" />
              <mxPoint x="465" y="300" />
            </Array>
          </mxGeometry>
        </mxCell>
        <mxCell id="StVWuoEk6P6bkURyirUW-61" connectable="0" parent="StVWuoEk6P6bkURyirUW-60" style="edgeLabel;html=1;align=center;verticalAlign=middle;resizable=0;points=[];" value="Proxy Request" vertex="1">
          <mxGeometry relative="1" x="-0.4836" y="-1" as="geometry">
            <mxPoint as="offset" />
          </mxGeometry>
        </mxCell>
        <mxCell id="StVWuoEk6P6bkURyirUW-62" edge="1" parent="StVWuoEk6P6bkURyirUW-2" source="StVWuoEk6P6bkURyirUW-7" style="edgeStyle=orthogonalEdgeStyle;rounded=0;orthogonalLoop=1;jettySize=auto;html=1;" target="StVWuoEk6P6bkURyirUW-19">
          <mxGeometry relative="1" as="geometry">
            <Array as="points">
              <mxPoint x="465" y="170" />
              <mxPoint x="465" y="135" />
            </Array>
          </mxGeometry>
        </mxCell>
        <mxCell id="StVWuoEk6P6bkURyirUW-63" connectable="0" parent="StVWuoEk6P6bkURyirUW-62" style="edgeLabel;html=1;align=center;verticalAlign=middle;resizable=0;points=[];" value="DNS" vertex="1">
          <mxGeometry relative="1" x="-0.2695" y="3" as="geometry">
            <mxPoint as="offset" />
          </mxGeometry>
        </mxCell>
        <mxCell id="StVWuoEk6P6bkURyirUW-7" parent="StVWuoEk6P6bkURyirUW-2" style="sketch=0;points=[[0,0,0],[0.25,0,0],[0.5,0,0],[0.75,0,0],[1,0,0],[0,1,0],[0.25,1,0],[0.5,1,0],[0.75,1,0],[1,1,0],[0,0.25,0],[0,0.5,0],[0,0.75,0],[1,0.25,0],[1,0.5,0],[1,0.75,0]];outlineConnect=0;fontColor=#232F3E;fillColor=#ED7100;strokeColor=#ffffff;dashed=0;verticalLabelPosition=bottom;verticalAlign=top;align=center;html=1;fontSize=12;fontStyle=0;aspect=fixed;shape=mxgraph.aws4.resourceIcon;resIcon=mxgraph.aws4.lambda;" value="Lambda ECS Proxy" vertex="1">
          <mxGeometry height="60" width="60" x="285" y="160" as="geometry" />
        </mxCell>
        <mxCell id="_opSp_jGJUgrO-m5j93l-4" edge="1" parent="StVWuoEk6P6bkURyirUW-2" source="StVWuoEk6P6bkURyirUW-54" style="edgeStyle=orthogonalEdgeStyle;rounded=0;orthogonalLoop=1;jettySize=auto;html=1;" target="_opSp_jGJUgrO-m5j93l-2">
          <mxGeometry relative="1" as="geometry">
            <Array as="points">
              <mxPoint x="480" y="320" />
              <mxPoint x="480" y="320" />
            </Array>
          </mxGeometry>
        </mxCell>
        <mxCell id="_opSp_jGJUgrO-m5j93l-5" connectable="0" parent="_opSp_jGJUgrO-m5j93l-4" style="edgeLabel;html=1;align=center;verticalAlign=middle;resizable=0;points=[];" value="Proxy &lt;br&gt;Bedrock Request" vertex="1">
          <mxGeometry relative="1" x="-0.1566" y="-1" as="geometry">
            <mxPoint as="offset" />
          </mxGeometry>
        </mxCell>
        <mxCell id="StVWuoEk6P6bkURyirUW-54" parent="StVWuoEk6P6bkURyirUW-2" style="rounded=0;whiteSpace=wrap;html=1;fillColor=#f5f5f5;fontColor=#333333;strokeColor=#666666;" value="" vertex="1">
          <mxGeometry height="110" width="362.5" x="527.5" y="280" as="geometry" />
        </mxCell>
        <mxCell id="StVWuoEk6P6bkURyirUW-21" parent="StVWuoEk6P6bkURyirUW-2" style="sketch=0;points=[[0,0,0],[0.25,0,0],[0.5,0,0],[0.75,0,0],[1,0,0],[0,1,0],[0.25,1,0],[0.5,1,0],[0.75,1,0],[1,1,0],[0,0.25,0],[0,0.5,0],[0,0.75,0],[1,0.25,0],[1,0.5,0],[1,0.75,0]];outlineConnect=0;fontColor=#232F3E;fillColor=#ED7100;strokeColor=#ffffff;dashed=0;verticalLabelPosition=bottom;verticalAlign=top;align=center;html=1;fontSize=12;fontStyle=0;aspect=fixed;shape=mxgraph.aws4.resourceIcon;resIcon=mxgraph.aws4.ecs;" value="" vertex="1">
          <mxGeometry height="60" width="60" x="545" y="290" as="geometry" />
        </mxCell>
        <mxCell id="StVWuoEk6P6bkURyirUW-19" parent="StVWuoEk6P6bkURyirUW-2" style="sketch=0;points=[[0,0,0],[0.25,0,0],[0.5,0,0],[0.75,0,0],[1,0,0],[0,1,0],[0.25,1,0],[0.5,1,0],[0.75,1,0],[1,1,0],[0,0.25,0],[0,0.5,0],[0,0.75,0],[1,0.25,0],[1,0.5,0],[1,0.75,0]];outlineConnect=0;fontColor=#232F3E;fillColor=#8C4FFF;strokeColor=#ffffff;dashed=0;verticalLabelPosition=bottom;verticalAlign=top;align=center;html=1;fontSize=12;fontStyle=0;aspect=fixed;shape=mxgraph.aws4.resourceIcon;resIcon=mxgraph.aws4.cloud_map;" value="Cloud Map" vertex="1">
          <mxGeometry height="60" width="60" x="687.5" y="105" as="geometry" />
        </mxCell>
        <mxCell id="StVWuoEk6P6bkURyirUW-47" edge="1" parent="StVWuoEk6P6bkURyirUW-2" source="StVWuoEk6P6bkURyirUW-44" style="edgeStyle=orthogonalEdgeStyle;rounded=0;orthogonalLoop=1;jettySize=auto;html=1;" target="StVWuoEk6P6bkURyirUW-19">
          <mxGeometry relative="1" as="geometry" />
        </mxCell>
        <mxCell id="StVWuoEk6P6bkURyirUW-44" parent="StVWuoEk6P6bkURyirUW-2" style="sketch=0;points=[[0,0,0],[0.25,0,0],[0.5,0,0],[0.75,0,0],[1,0,0],[0,1,0],[0.25,1,0],[0.5,1,0],[0.75,1,0],[1,1,0],[0,0.25,0],[0,0.5,0],[0,0.75,0],[1,0.25,0],[1,0.5,0],[1,0.75,0]];outlineConnect=0;fontColor=#232F3E;fillColor=#ED7100;strokeColor=#ffffff;dashed=0;verticalLabelPosition=bottom;verticalAlign=top;align=center;html=1;fontSize=12;fontStyle=0;aspect=fixed;shape=mxgraph.aws4.resourceIcon;resIcon=mxgraph.aws4.ecs;" value="" vertex="1">
          <mxGeometry height="60" width="60" x="687.5" y="290" as="geometry" />
        </mxCell>
        <mxCell id="EmhcJW3lcSZd0dFbVGC8-7" edge="1" parent="StVWuoEk6P6bkURyirUW-2" source="StVWuoEk6P6bkURyirUW-45" style="edgeStyle=orthogonalEdgeStyle;rounded=0;orthogonalLoop=1;jettySize=auto;html=1;" target="StVWuoEk6P6bkURyirUW-19">
          <mxGeometry relative="1" as="geometry">
            <Array as="points">
              <mxPoint x="850" y="240" />
              <mxPoint x="718" y="240" />
            </Array>
          </mxGeometry>
        </mxCell>
        <mxCell id="StVWuoEk6P6bkURyirUW-45" parent="StVWuoEk6P6bkURyirUW-2" style="sketch=0;points=[[0,0,0],[0.25,0,0],[0.5,0,0],[0.75,0,0],[1,0,0],[0,1,0],[0.25,1,0],[0.5,1,0],[0.75,1,0],[1,1,0],[0,0.25,0],[0,0.5,0],[0,0.75,0],[1,0.25,0],[1,0.5,0],[1,0.75,0]];outlineConnect=0;fontColor=#232F3E;fillColor=#ED7100;strokeColor=#ffffff;dashed=0;verticalLabelPosition=bottom;verticalAlign=top;align=center;html=1;fontSize=12;fontStyle=0;aspect=fixed;shape=mxgraph.aws4.resourceIcon;resIcon=mxgraph.aws4.ecs;" value="" vertex="1">
          <mxGeometry height="60" width="60" x="820" y="290" as="geometry" />
        </mxCell>
        <mxCell id="StVWuoEk6P6bkURyirUW-46" edge="1" parent="StVWuoEk6P6bkURyirUW-2" source="StVWuoEk6P6bkURyirUW-21" style="edgeStyle=orthogonalEdgeStyle;rounded=0;orthogonalLoop=1;jettySize=auto;html=1;" target="StVWuoEk6P6bkURyirUW-19">
          <mxGeometry relative="1" as="geometry">
            <Array as="points">
              <mxPoint x="575" y="240" />
              <mxPoint x="718" y="240" />
            </Array>
          </mxGeometry>
        </mxCell>
        <mxCell id="EmhcJW3lcSZd0dFbVGC8-8" connectable="0" parent="StVWuoEk6P6bkURyirUW-46" style="edgeLabel;html=1;align=center;verticalAlign=middle;resizable=0;points=[];" value="Register DNS" vertex="1">
          <mxGeometry relative="1" x="0.5833" y="1" as="geometry">
            <mxPoint as="offset" />
          </mxGeometry>
        </mxCell>
        <mxCell id="StVWuoEk6P6bkURyirUW-55" parent="StVWuoEk6P6bkURyirUW-2" style="text;html=1;whiteSpace=wrap;strokeColor=none;fillColor=none;align=center;verticalAlign=middle;rounded=0;" value="Microservices&lt;br&gt;in Autoscaler Groups" vertex="1">
          <mxGeometry height="30" width="345" x="545" y="360" as="geometry" />
        </mxCell>
        <mxCell id="EmhcJW3lcSZd0dFbVGC8-9" parent="StVWuoEk6P6bkURyirUW-2" style="sketch=0;points=[[0,0,0],[0.25,0,0],[0.5,0,0],[0.75,0,0],[1,0,0],[0,1,0],[0.25,1,0],[0.5,1,0],[0.75,1,0],[1,1,0],[0,0.25,0],[0,0.5,0],[0,0.75,0],[1,0.25,0],[1,0.5,0],[1,0.75,0]];outlineConnect=0;fontColor=#232F3E;fillColor=#E7157B;strokeColor=#ffffff;dashed=0;verticalLabelPosition=bottom;verticalAlign=top;align=center;html=1;fontSize=12;fontStyle=0;aspect=fixed;shape=mxgraph.aws4.resourceIcon;resIcon=mxgraph.aws4.sqs;" value="" vertex="1">
          <mxGeometry height="40" width="40" x="630" y="300" as="geometry" />
        </mxCell>
        <mxCell id="EmhcJW3lcSZd0dFbVGC8-10" parent="StVWuoEk6P6bkURyirUW-2" style="sketch=0;points=[[0,0,0],[0.25,0,0],[0.5,0,0],[0.75,0,0],[1,0,0],[0,1,0],[0.25,1,0],[0.5,1,0],[0.75,1,0],[1,1,0],[0,0.25,0],[0,0.5,0],[0,0.75,0],[1,0.25,0],[1,0.5,0],[1,0.75,0]];outlineConnect=0;fontColor=#232F3E;fillColor=#E7157B;strokeColor=#ffffff;dashed=0;verticalLabelPosition=bottom;verticalAlign=top;align=center;html=1;fontSize=12;fontStyle=0;aspect=fixed;shape=mxgraph.aws4.resourceIcon;resIcon=mxgraph.aws4.sqs;" value="" vertex="1">
          <mxGeometry height="40" width="40" x="766" y="300" as="geometry" />
        </mxCell>
        <mxCell id="_opSp_jGJUgrO-m5j93l-2" parent="StVWuoEk6P6bkURyirUW-2" style="sketch=0;points=[[0,0,0],[0.25,0,0],[0.5,0,0],[0.75,0,0],[1,0,0],[0,1,0],[0.25,1,0],[0.5,1,0],[0.75,1,0],[1,1,0],[0,0.25,0],[0,0.5,0],[0,0.75,0],[1,0.25,0],[1,0.5,0],[1,0.75,0]];outlineConnect=0;fontColor=#232F3E;fillColor=#ED7100;strokeColor=#ffffff;dashed=0;verticalLabelPosition=bottom;verticalAlign=top;align=center;html=1;fontSize=12;fontStyle=0;aspect=fixed;shape=mxgraph.aws4.resourceIcon;resIcon=mxgraph.aws4.lambda;" value="Bedrock Proxy" vertex="1">
          <mxGeometry height="60" width="60" x="280" y="290" as="geometry" />
        </mxCell>
        <mxCell id="StVWuoEk6P6bkURyirUW-42" edge="1" parent="StVWuoEk6P6bkURyirUW-1" source="StVWuoEk6P6bkURyirUW-9" style="edgeStyle=orthogonalEdgeStyle;rounded=0;orthogonalLoop=1;jettySize=auto;html=1;" target="StVWuoEk6P6bkURyirUW-7">
          <mxGeometry relative="1" as="geometry" />
        </mxCell>
        <mxCell id="StVWuoEk6P6bkURyirUW-43" connectable="0" parent="StVWuoEk6P6bkURyirUW-42" style="edgeLabel;html=1;align=center;verticalAlign=middle;resizable=0;points=[];" value="Authenticated User" vertex="1">
          <mxGeometry relative="1" x="0.5003" as="geometry">
            <mxPoint as="offset" />
          </mxGeometry>
        </mxCell>
        <mxCell id="StVWuoEk6P6bkURyirUW-25" edge="1" parent="StVWuoEk6P6bkURyirUW-1" style="edgeStyle=orthogonalEdgeStyle;rounded=0;orthogonalLoop=1;jettySize=auto;html=1;">
          <mxGeometry relative="1" as="geometry">
            <Array as="points">
              <mxPoint x="435" y="180" />
              <mxPoint x="435" y="180" />
            </Array>
            <mxPoint x="365" y="179.99999999999977" as="sourcePoint" />
            <mxPoint x="485" y="179.99999999999977" as="targetPoint" />
          </mxGeometry>
        </mxCell>
        <mxCell id="StVWuoEk6P6bkURyirUW-26" connectable="0" parent="StVWuoEk6P6bkURyirUW-25" style="edgeLabel;html=1;align=center;verticalAlign=middle;resizable=0;points=[];" value="Check Permission" vertex="1">
          <mxGeometry relative="1" x="-0.1224" y="-1" as="geometry">
            <mxPoint as="offset" />
          </mxGeometry>
        </mxCell>
        <mxCell id="StVWuoEk6P6bkURyirUW-16" parent="StVWuoEk6P6bkURyirUW-1" style="sketch=0;points=[[0,0,0],[0.25,0,0],[0.5,0,0],[0.75,0,0],[1,0,0],[0,1,0],[0.25,1,0],[0.5,1,0],[0.75,1,0],[1,1,0],[0,0.25,0],[0,0.5,0],[0,0.75,0],[1,0.25,0],[1,0.5,0],[1,0.75,0]];outlineConnect=0;fontColor=#232F3E;fillColor=#8C4FFF;strokeColor=#ffffff;dashed=0;verticalLabelPosition=bottom;verticalAlign=top;align=center;html=1;fontSize=12;fontStyle=0;aspect=fixed;shape=mxgraph.aws4.resourceIcon;resIcon=mxgraph.aws4.api_gateway;" value="API Gateway" vertex="1">
          <mxGeometry height="60" width="60" x="305" y="160" as="geometry" />
        </mxCell>
        <mxCell id="StVWuoEk6P6bkURyirUW-30" edge="1" parent="StVWuoEk6P6bkURyirUW-1" style="edgeStyle=orthogonalEdgeStyle;rounded=0;orthogonalLoop=1;jettySize=auto;html=1;">
          <mxGeometry relative="1" as="geometry">
            <Array as="points">
              <mxPoint x="425" y="200" />
              <mxPoint x="425" y="200" />
            </Array>
            <mxPoint x="485" y="199.99999999999977" as="sourcePoint" />
            <mxPoint x="365" y="199.99999999999977" as="targetPoint" />
          </mxGeometry>
        </mxCell>
        <mxCell id="StVWuoEk6P6bkURyirUW-31" connectable="0" parent="StVWuoEk6P6bkURyirUW-30" style="edgeLabel;html=1;align=center;verticalAlign=middle;resizable=0;points=[];" value="Allow or Block" vertex="1">
          <mxGeometry relative="1" x="0.1914" y="1" as="geometry">
            <mxPoint x="12" as="offset" />
          </mxGeometry>
        </mxCell>
        <mxCell id="StVWuoEk6P6bkURyirUW-32" edge="1" parent="StVWuoEk6P6bkURyirUW-1" source="StVWuoEk6P6bkURyirUW-17" style="edgeStyle=orthogonalEdgeStyle;rounded=0;orthogonalLoop=1;jettySize=auto;html=1;startArrow=classic;startFill=1;" target="StVWuoEk6P6bkURyirUW-27">
          <mxGeometry relative="1" as="geometry" />
        </mxCell>
        <mxCell id="StVWuoEk6P6bkURyirUW-33" connectable="0" parent="StVWuoEk6P6bkURyirUW-32" style="edgeLabel;html=1;align=center;verticalAlign=middle;resizable=0;points=[];" value="Permissions" vertex="1">
          <mxGeometry relative="1" x="0.1131" as="geometry">
            <mxPoint x="-9" as="offset" />
          </mxGeometry>
        </mxCell>
        <mxCell id="StVWuoEk6P6bkURyirUW-17" parent="StVWuoEk6P6bkURyirUW-1" style="sketch=0;points=[[0,0,0],[0.25,0,0],[0.5,0,0],[0.75,0,0],[1,0,0],[0,1,0],[0.25,1,0],[0.5,1,0],[0.75,1,0],[1,1,0],[0,0.25,0],[0,0.5,0],[0,0.75,0],[1,0.25,0],[1,0.5,0],[1,0.75,0]];outlineConnect=0;fontColor=#232F3E;fillColor=#ED7100;strokeColor=#ffffff;dashed=0;verticalLabelPosition=bottom;verticalAlign=top;align=center;html=1;fontSize=12;fontStyle=0;aspect=fixed;shape=mxgraph.aws4.resourceIcon;resIcon=mxgraph.aws4.lambda;" value="Lambda Verified &lt;br&gt;Permissions Authorizer" vertex="1">
          <mxGeometry height="60" width="60" x="485" y="160" as="geometry" />
        </mxCell>
        <mxCell id="StVWuoEk6P6bkURyirUW-24" edge="1" parent="StVWuoEk6P6bkURyirUW-1" source="StVWuoEk6P6bkURyirUW-18" style="edgeStyle=orthogonalEdgeStyle;rounded=0;orthogonalLoop=1;jettySize=auto;html=1;" target="StVWuoEk6P6bkURyirUW-16">
          <mxGeometry relative="1" as="geometry" />
        </mxCell>
        <mxCell id="StVWuoEk6P6bkURyirUW-18" parent="StVWuoEk6P6bkURyirUW-1" style="sketch=0;points=[[0,0,0],[0.25,0,0],[0.5,0,0],[0.75,0,0],[1,0,0],[0,1,0],[0.25,1,0],[0.5,1,0],[0.75,1,0],[1,1,0],[0,0.25,0],[0,0.5,0],[0,0.75,0],[1,0.25,0],[1,0.5,0],[1,0.75,0]];outlineConnect=0;fontColor=#232F3E;fillColor=#8C4FFF;strokeColor=#ffffff;dashed=0;verticalLabelPosition=bottom;verticalAlign=top;align=center;html=1;fontSize=12;fontStyle=0;aspect=fixed;shape=mxgraph.aws4.resourceIcon;resIcon=mxgraph.aws4.cloudfront;" value="CloudFront" vertex="1">
          <mxGeometry height="60" width="60" x="305" y="30" as="geometry" />
        </mxCell>
        <mxCell id="StVWuoEk6P6bkURyirUW-27" parent="StVWuoEk6P6bkURyirUW-1" style="sketch=0;points=[[0,0,0],[0.25,0,0],[0.5,0,0],[0.75,0,0],[1,0,0],[0,1,0],[0.25,1,0],[0.5,1,0],[0.75,1,0],[1,1,0],[0,0.25,0],[0,0.5,0],[0,0.75,0],[1,0.25,0],[1,0.5,0],[1,0.75,0]];outlineConnect=0;fontColor=#232F3E;fillColor=#DD344C;strokeColor=#ffffff;dashed=0;verticalLabelPosition=bottom;verticalAlign=top;align=center;html=1;fontSize=12;fontStyle=0;aspect=fixed;shape=mxgraph.aws4.resourceIcon;resIcon=mxgraph.aws4.verified_permissions;" value="Verified&lt;br&gt;Permissions" vertex="1">
          <mxGeometry height="60" width="60" x="652" y="160" as="geometry" />
        </mxCell>
        <mxCell id="StVWuoEk6P6bkURyirUW-28" parent="StVWuoEk6P6bkURyirUW-1" style="sketch=0;points=[[0,0,0],[0.25,0,0],[0.5,0,0],[0.75,0,0],[1,0,0],[0,1,0],[0.25,1,0],[0.5,1,0],[0.75,1,0],[1,1,0],[0,0.25,0],[0,0.5,0],[0,0.75,0],[1,0.25,0],[1,0.5,0],[1,0.75,0]];outlineConnect=0;fontColor=#232F3E;fillColor=#DD344C;strokeColor=#ffffff;dashed=0;verticalLabelPosition=bottom;verticalAlign=top;align=center;html=1;fontSize=12;fontStyle=0;aspect=fixed;shape=mxgraph.aws4.resourceIcon;resIcon=mxgraph.aws4.cognito;" value="Cognito" vertex="1">
          <mxGeometry height="60" width="60" x="485" y="30" as="geometry" />
        </mxCell>
        <mxCell id="StVWuoEk6P6bkURyirUW-38" edge="1" parent="StVWuoEk6P6bkURyirUW-1" source="StVWuoEk6P6bkURyirUW-17" style="edgeStyle=orthogonalEdgeStyle;rounded=0;orthogonalLoop=1;jettySize=auto;html=1;" target="StVWuoEk6P6bkURyirUW-28">
          <mxGeometry relative="1" as="geometry">
            <Array as="points">
              <mxPoint x="515" y="60" />
              <mxPoint x="515" y="60" />
            </Array>
            <mxPoint x="515" y="80" as="targetPoint" />
          </mxGeometry>
        </mxCell>
        <mxCell id="StVWuoEk6P6bkURyirUW-39" connectable="0" parent="StVWuoEk6P6bkURyirUW-38" style="edgeLabel;html=1;align=center;verticalAlign=middle;resizable=0;points=[];" value="Get Groups" vertex="1">
          <mxGeometry relative="1" x="0.0284" y="-3" as="geometry">
            <mxPoint x="-3" y="1" as="offset" />
          </mxGeometry>
        </mxCell>
        <mxCell id="StVWuoEk6P6bkURyirUW-20" parent="StVWuoEk6P6bkURyirUW-1" style="sketch=0;points=[[0,0,0],[0.25,0,0],[0.5,0,0],[0.75,0,0],[1,0,0],[0,1,0],[0.25,1,0],[0.5,1,0],[0.75,1,0],[1,1,0],[0,0.25,0],[0,0.5,0],[0,0.75,0],[1,0.25,0],[1,0.5,0],[1,0.75,0]];outlineConnect=0;fontColor=#232F3E;fillColor=#C925D1;strokeColor=#ffffff;dashed=0;verticalLabelPosition=bottom;verticalAlign=top;align=center;html=1;fontSize=12;fontStyle=0;aspect=fixed;shape=mxgraph.aws4.resourceIcon;resIcon=mxgraph.aws4.dynamodb;" value="DynamoDB" vertex="1">
          <mxGeometry height="60" width="60" x="840" y="760" as="geometry" />
        </mxCell>
        <mxCell id="StVWuoEk6P6bkURyirUW-56" edge="1" parent="StVWuoEk6P6bkURyirUW-1" source="StVWuoEk6P6bkURyirUW-45" style="edgeStyle=orthogonalEdgeStyle;rounded=0;orthogonalLoop=1;jettySize=auto;html=1;startArrow=classic;startFill=1;" target="StVWuoEk6P6bkURyirUW-20">
          <mxGeometry relative="1" as="geometry" />
        </mxCell>
        <mxCell id="StVWuoEk6P6bkURyirUW-57" connectable="0" parent="StVWuoEk6P6bkURyirUW-56" style="edgeLabel;html=1;align=center;verticalAlign=middle;resizable=0;points=[];" value="Store&lt;br&gt;Data" vertex="1">
          <mxGeometry relative="1" x="0.328" y="-1" as="geometry">
            <mxPoint as="offset" />
          </mxGeometry>
        </mxCell>
        <mxCell id="StVWuoEk6P6bkURyirUW-52" parent="StVWuoEk6P6bkURyirUW-1" style="sketch=0;points=[[0,0,0],[0.25,0,0],[0.5,0,0],[0.75,0,0],[1,0,0],[0,1,0],[0.25,1,0],[0.5,1,0],[0.75,1,0],[1,1,0],[0,0.25,0],[0,0.5,0],[0,0.75,0],[1,0.25,0],[1,0.5,0],[1,0.75,0]];outlineConnect=0;fontColor=#232F3E;fillColor=#ED7100;strokeColor=#ffffff;dashed=0;verticalLabelPosition=bottom;verticalAlign=top;align=center;html=1;fontSize=12;fontStyle=0;aspect=fixed;shape=mxgraph.aws4.resourceIcon;resIcon=mxgraph.aws4.ecr;" value="ECR" vertex="1">
          <mxGeometry height="60" width="60" x="440" y="765" as="geometry" />
        </mxCell>
        <mxCell id="StVWuoEk6P6bkURyirUW-58" edge="1" parent="StVWuoEk6P6bkURyirUW-1" source="StVWuoEk6P6bkURyirUW-8" style="edgeStyle=orthogonalEdgeStyle;rounded=0;orthogonalLoop=1;jettySize=auto;html=1;startArrow=classic;startFill=1;endArrow=none;endFill=0;" target="StVWuoEk6P6bkURyirUW-52">
          <mxGeometry relative="1" as="geometry">
            <Array as="points">
              <mxPoint x="595" y="800" />
            </Array>
          </mxGeometry>
        </mxCell>
        <mxCell id="StVWuoEk6P6bkURyirUW-59" connectable="0" parent="StVWuoEk6P6bkURyirUW-58" style="edgeLabel;html=1;align=center;verticalAlign=middle;resizable=0;points=[];" value="Provide&lt;br&gt;Image" vertex="1">
          <mxGeometry relative="1" x="0.2066" y="1" as="geometry">
            <mxPoint x="-1" y="25" as="offset" />
          </mxGeometry>
        </mxCell>
        <mxCell id="EmhcJW3lcSZd0dFbVGC8-3" edge="1" parent="StVWuoEk6P6bkURyirUW-1" source="StVWuoEk6P6bkURyirUW-16" style="edgeStyle=orthogonalEdgeStyle;rounded=0;orthogonalLoop=1;jettySize=auto;html=1;" target="StVWuoEk6P6bkURyirUW-9" value="">
          <mxGeometry relative="1" as="geometry">
            <mxPoint x="345" y="70" as="sourcePoint" />
            <mxPoint x="345" y="280" as="targetPoint" />
          </mxGeometry>
        </mxCell>
        <mxCell id="StVWuoEk6P6bkURyirUW-9" parent="StVWuoEk6P6bkURyirUW-1" style="sketch=0;outlineConnect=0;fontColor=#232F3E;gradientColor=none;strokeColor=#232F3E;fillColor=#ffffff;dashed=0;verticalLabelPosition=bottom;verticalAlign=top;align=center;html=1;fontSize=12;fontStyle=0;aspect=fixed;shape=mxgraph.aws4.resourceIcon;resIcon=mxgraph.aws4.internet_gateway;" value="Internet&lt;br&gt;gateway" vertex="1">
          <mxGeometry height="40" width="40" x="315" y="270" as="geometry" />
        </mxCell>
        <mxCell id="EmhcJW3lcSZd0dFbVGC8-5" edge="1" parent="StVWuoEk6P6bkURyirUW-1" source="StVWuoEk6P6bkURyirUW-21" style="edgeStyle=orthogonalEdgeStyle;rounded=0;orthogonalLoop=1;jettySize=auto;html=1;startArrow=classic;startFill=1;endArrow=none;endFill=0;" target="StVWuoEk6P6bkURyirUW-8" value="">
          <mxGeometry relative="1" as="geometry">
            <mxPoint x="605" y="430" as="sourcePoint" />
            <mxPoint x="605" y="555" as="targetPoint" />
          </mxGeometry>
        </mxCell>
        <mxCell id="StVWuoEk6P6bkURyirUW-8" parent="StVWuoEk6P6bkURyirUW-1" style="sketch=0;outlineConnect=0;fontColor=#232F3E;gradientColor=none;strokeColor=#232F3E;fillColor=#ffffff;dashed=0;verticalLabelPosition=bottom;verticalAlign=top;align=center;html=1;fontSize=12;fontStyle=0;aspect=fixed;shape=mxgraph.aws4.resourceIcon;resIcon=mxgraph.aws4.internet_gateway;" value="Egress-Only&lt;br&gt;IPv6 Internet&lt;br&gt;gateway" vertex="1">
          <mxGeometry height="40" width="40" x="575" y="680" as="geometry" />
        </mxCell>
        <mxCell id="_opSp_jGJUgrO-m5j93l-1" parent="StVWuoEk6P6bkURyirUW-1" style="sketch=0;points=[[0,0,0],[0.25,0,0],[0.5,0,0],[0.75,0,0],[1,0,0],[0,1,0],[0.25,1,0],[0.5,1,0],[0.75,1,0],[1,1,0],[0,0.25,0],[0,0.5,0],[0,0.75,0],[1,0.25,0],[1,0.5,0],[1,0.75,0]];outlineConnect=0;fontColor=#232F3E;fillColor=#01A88D;strokeColor=#ffffff;dashed=0;verticalLabelPosition=bottom;verticalAlign=top;align=center;html=1;fontSize=12;fontStyle=0;aspect=fixed;shape=mxgraph.aws4.resourceIcon;resIcon=mxgraph.aws4.bedrock;" value="" vertex="1">
          <mxGeometry height="60" width="60" x="300" y="760" as="geometry" />
        </mxCell>
        <mxCell id="_opSp_jGJUgrO-m5j93l-3" edge="1" parent="StVWuoEk6P6bkURyirUW-1" source="_opSp_jGJUgrO-m5j93l-2" style="edgeStyle=orthogonalEdgeStyle;rounded=0;orthogonalLoop=1;jettySize=auto;html=1;" target="_opSp_jGJUgrO-m5j93l-1">
          <mxGeometry relative="1" as="geometry" />
        </mxCell>
        <mxCell id="N5dkdjC5FJ6p_VYBFl8V-2" parent="StVWuoEk6P6bkURyirUW-1" style="sketch=0;points=[[0,0,0],[0.25,0,0],[0.5,0,0],[0.75,0,0],[1,0,0],[0,1,0],[0.25,1,0],[0.5,1,0],[0.75,1,0],[1,1,0],[0,0.25,0],[0,0.5,0],[0,0.75,0],[1,0.25,0],[1,0.5,0],[1,0.75,0]];outlineConnect=0;fontColor=#232F3E;fillColor=#7AA116;strokeColor=#ffffff;dashed=0;verticalLabelPosition=bottom;verticalAlign=top;align=center;html=1;fontSize=12;fontStyle=0;aspect=fixed;shape=mxgraph.aws4.resourceIcon;resIcon=mxgraph.aws4.s3;" value="S3" vertex="1">
          <mxGeometry height="60" width="60" x="707.5" y="760" as="geometry" />
        </mxCell>
        <mxCell id="N5dkdjC5FJ6p_VYBFl8V-3" edge="1" parent="StVWuoEk6P6bkURyirUW-1" source="StVWuoEk6P6bkURyirUW-44" style="edgeStyle=orthogonalEdgeStyle;rounded=0;orthogonalLoop=1;jettySize=auto;html=1;" target="N5dkdjC5FJ6p_VYBFl8V-2">
          <mxGeometry relative="1" as="geometry" />
        </mxCell>
        <mxCell id="N5dkdjC5FJ6p_VYBFl8V-4" connectable="0" parent="N5dkdjC5FJ6p_VYBFl8V-3" style="edgeLabel;html=1;align=center;verticalAlign=middle;resizable=0;points=[];" value="Store Uploaded PDFs" vertex="1">
          <mxGeometry relative="1" x="0.5434" y="1" as="geometry">
            <mxPoint as="offset" />
          </mxGeometry>
        </mxCell>
        <mxCell id="StVWuoEk6P6bkURyirUW-11" parent="1" style="shape=umlActor;verticalLabelPosition=bottom;verticalAlign=top;html=1;outlineConnect=0;" value="Actor" vertex="1">
          <mxGeometry height="60" width="30" x="330" y="-340" as="geometry" />
        </mxCell>
        <mxCell id="StVWuoEk6P6bkURyirUW-22" edge="1" parent="1" source="StVWuoEk6P6bkURyirUW-11" style="edgeStyle=orthogonalEdgeStyle;rounded=0;orthogonalLoop=1;jettySize=auto;html=1;" target="StVWuoEk6P6bkURyirUW-18">
          <mxGeometry relative="1" as="geometry" />
        </mxCell>
        <mxCell id="StVWuoEk6P6bkURyirUW-23" connectable="0" parent="StVWuoEk6P6bkURyirUW-22" style="edgeLabel;html=1;align=center;verticalAlign=middle;resizable=0;points=[];" value="msa26-peer-review.fh-wedel.dev" vertex="1">
          <mxGeometry relative="1" x="-0.2754" y="-1" as="geometry">
            <mxPoint x="1" y="14" as="offset" />
          </mxGeometry>
        </mxCell>
        <mxCell id="StVWuoEk6P6bkURyirUW-34" edge="1" parent="1" source="StVWuoEk6P6bkURyirUW-11" style="edgeStyle=orthogonalEdgeStyle;rounded=0;orthogonalLoop=1;jettySize=auto;html=1;startArrow=classic;startFill=1;" target="StVWuoEk6P6bkURyirUW-28">
          <mxGeometry relative="1" as="geometry" />
        </mxCell>
        <mxCell id="StVWuoEk6P6bkURyirUW-35" connectable="0" parent="StVWuoEk6P6bkURyirUW-34" style="edgeLabel;html=1;align=center;verticalAlign=middle;resizable=0;points=[];" value="Log in" vertex="1">
          <mxGeometry relative="1" x="-0.0444" as="geometry">
            <mxPoint y="31" as="offset" />
          </mxGeometry>
        </mxCell>
      </root>
    </mxGraphModel>
  </diagram>
</mxfile>
